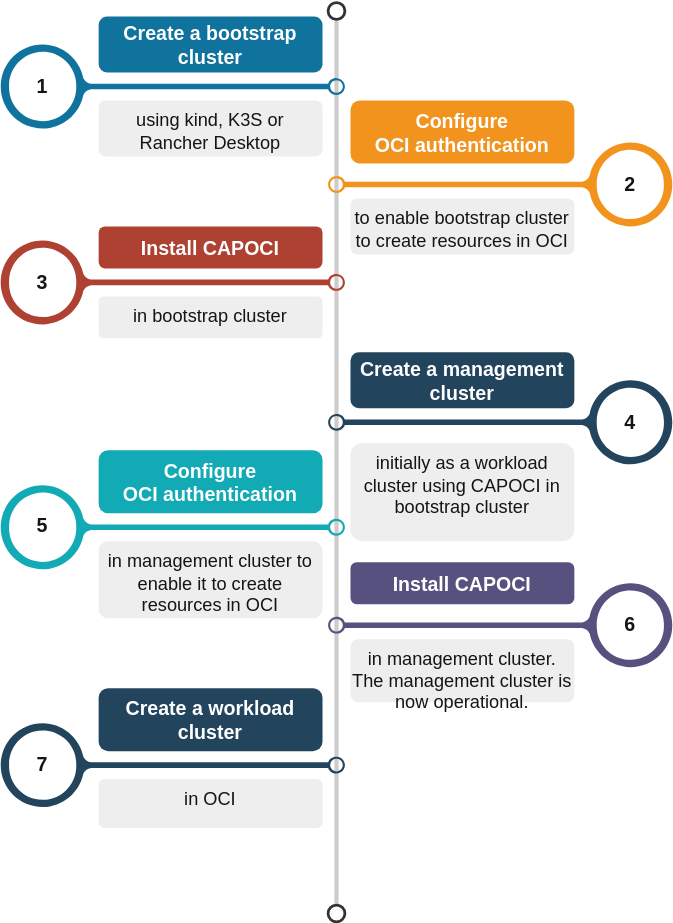
Earlier version of the draw.io export docs/src/images/bootstrap.svg (oracle/cluster-api-provider-oci). Source tidied: cells renumbered, new cells last; positions are measured from the earlier drawing's top-left corner, leaving out a move shared by most shapes.
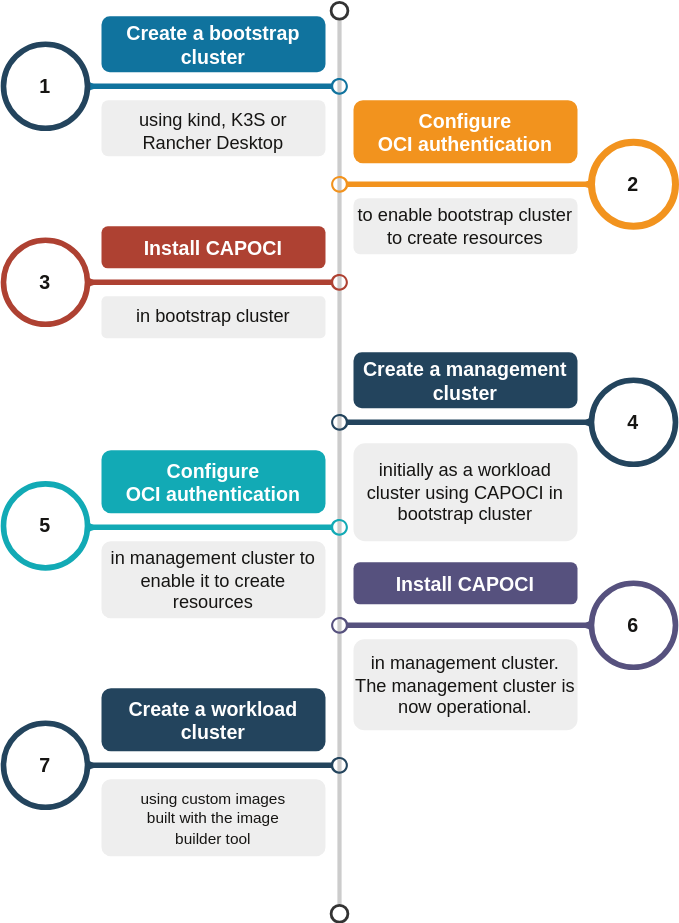
The same diagram one commit later.

Diff of the diagram source:
```diff
@@ -50,34 +50,34 @@
     <mxCell id="17" value="&lt;font style=&quot;font-size: 13px&quot;&gt;&lt;font style=&quot;font-size: 13px&quot;&gt;using kind, K3S or Rancher Desktop&lt;/font&gt;&lt;/font&gt;" style="rounded=1;strokeColor=none;fillColor=#EEEEEE;align=center;arcSize=12;verticalAlign=top;whiteSpace=wrap;html=1;fontSize=13;fontColor=#161513;" parent="1" vertex="1">
       <mxGeometry x="70" y="70" width="160" height="40" as="geometry" />
     </mxCell>
-    <mxCell id="18" value="&lt;font style=&quot;font-size: 13px&quot;&gt;to enable bootstrap cluster to create resources in OCI&lt;/font&gt;" style="rounded=1;strokeColor=none;fillColor=#EEEEEE;align=center;arcSize=12;verticalAlign=top;whiteSpace=wrap;html=1;fontSize=12;fontColor=#161513;" parent="1" vertex="1">
+    <mxCell id="18" value="&lt;font style=&quot;font-size: 13px&quot;&gt;to enable bootstrap cluster to create resources&lt;/font&gt;" style="rounded=1;strokeColor=none;fillColor=#EEEEEE;align=center;arcSize=12;verticalAlign=middle;whiteSpace=wrap;html=1;fontSize=12;fontColor=#161513;" parent="1" vertex="1">
       <mxGeometry x="250" y="140" width="160" height="40" as="geometry" />
     </mxCell>
     <mxCell id="19" value="&lt;font style=&quot;font-size: 13px&quot;&gt;in bootstrap cluster&lt;/font&gt;" style="rounded=1;strokeColor=none;fillColor=#EEEEEE;align=center;arcSize=12;verticalAlign=top;whiteSpace=wrap;html=1;fontSize=12;fontColor=#161513;" parent="1" vertex="1">
       <mxGeometry x="70" y="210" width="160" height="30" as="geometry" />
     </mxCell>
-    <mxCell id="20" value="&lt;font style=&quot;font-size: 13px&quot;&gt;initially as a workload cluster using CAPOCI in bootstrap cluster&lt;/font&gt;" style="rounded=1;strokeColor=none;fillColor=#EEEEEE;align=center;arcSize=12;verticalAlign=top;whiteSpace=wrap;html=1;fontSize=12;fontColor=#161513;" parent="1" vertex="1">
+    <mxCell id="20" value="&lt;font style=&quot;font-size: 13px&quot;&gt;initially as a workload cluster using CAPOCI in bootstrap cluster&lt;/font&gt;" style="rounded=1;strokeColor=none;fillColor=#EEEEEE;align=center;arcSize=12;verticalAlign=middle;whiteSpace=wrap;html=1;fontSize=12;fontColor=#161513;" parent="1" vertex="1">
       <mxGeometry x="250" y="315" width="160" height="70" as="geometry" />
     </mxCell>
-    <mxCell id="21" value="&lt;span style=&quot;font-size: 13px&quot;&gt;in management cluster to enable it to create resources in OCI&lt;/span&gt;" style="rounded=1;strokeColor=none;fillColor=#EEEEEE;align=center;arcSize=12;verticalAlign=top;whiteSpace=wrap;html=1;fontSize=12;fontColor=#161513;" parent="1" vertex="1">
+    <mxCell id="21" value="&lt;span style=&quot;font-size: 13px&quot;&gt;in management cluster to enable it to create resources&lt;/span&gt;" style="rounded=1;strokeColor=none;fillColor=#EEEEEE;align=center;arcSize=12;verticalAlign=middle;whiteSpace=wrap;html=1;fontSize=12;fontColor=#161513;" parent="1" vertex="1">
       <mxGeometry x="70" y="385" width="160" height="55" as="geometry" />
     </mxCell>
-    <mxCell id="22" value="&lt;span style=&quot;font-size: 13px&quot;&gt;in management cluster. The management cluster is now operational.&lt;/span&gt;" style="rounded=1;strokeColor=none;fillColor=#EEEEEE;align=center;arcSize=12;verticalAlign=top;whiteSpace=wrap;html=1;fontSize=12;fontColor=#161513;" parent="1" vertex="1">
-      <mxGeometry x="250" y="455" width="160" height="45" as="geometry" />
+    <mxCell id="22" value="&lt;span style=&quot;font-size: 13px&quot;&gt;in management cluster. The management cluster is now operational.&lt;/span&gt;" style="rounded=1;strokeColor=none;fillColor=#EEEEEE;align=center;arcSize=12;verticalAlign=middle;whiteSpace=wrap;html=1;fontSize=12;fontColor=#161513;" parent="1" vertex="1">
+      <mxGeometry x="250" y="455" width="160" height="65" as="geometry" />
     </mxCell>
-    <mxCell id="23" value="&lt;font size=&quot;1&quot;&gt;&lt;b style=&quot;font-size: 14px&quot;&gt;1&lt;/b&gt;&lt;/font&gt;" style="ellipse;whiteSpace=wrap;html=1;fontSize=13;fontColor=#161513;fillColor=none;strokeColor=none;" parent="1" vertex="1">
+    <mxCell id="23" value="&lt;font size=&quot;1&quot;&gt;&lt;b style=&quot;font-size: 14px&quot;&gt;1&lt;/b&gt;&lt;/font&gt;" style="ellipse;whiteSpace=wrap;html=1;fontSize=13;fontColor=#161513;fillColor=default;strokeColor=#23445D;verticalAlign=middle;strokeWidth=4;" parent="1" vertex="1">
       <mxGeometry y="30" width="60" height="60" as="geometry" />
     </mxCell>
-    <mxCell id="24" value="&lt;font size=&quot;1&quot;&gt;&lt;b style=&quot;font-size: 14px&quot;&gt;2&lt;/b&gt;&lt;/font&gt;" style="ellipse;whiteSpace=wrap;html=1;fontSize=13;fontColor=#161513;fillColor=none;strokeColor=none;" parent="1" vertex="1">
+    <mxCell id="24" value="&lt;font size=&quot;1&quot;&gt;&lt;b style=&quot;font-size: 14px&quot;&gt;2&lt;/b&gt;&lt;/font&gt;" style="ellipse;whiteSpace=wrap;html=1;fontSize=13;fontColor=#161513;fillColor=default;strokeColor=#F2931E;strokeWidth=5;" parent="1" vertex="1">
       <mxGeometry x="420" y="100" width="60" height="60" as="geometry" />
     </mxCell>
-    <mxCell id="25" value="&lt;font size=&quot;1&quot;&gt;&lt;b style=&quot;font-size: 14px&quot;&gt;3&lt;/b&gt;&lt;/font&gt;" style="ellipse;whiteSpace=wrap;html=1;fontSize=13;fontColor=#161513;fillColor=none;strokeColor=none;" parent="1" vertex="1">
+    <mxCell id="25" value="&lt;font size=&quot;1&quot;&gt;&lt;b style=&quot;font-size: 14px&quot;&gt;3&lt;/b&gt;&lt;/font&gt;" style="ellipse;whiteSpace=wrap;html=1;fontSize=13;fontColor=#161513;fillColor=default;strokeColor=#AE4132;strokeWidth=4;" parent="1" vertex="1">
       <mxGeometry y="170" width="60" height="60" as="geometry" />
     </mxCell>
-    <mxCell id="26" value="&lt;font size=&quot;1&quot;&gt;&lt;b style=&quot;font-size: 14px&quot;&gt;5&lt;/b&gt;&lt;/font&gt;" style="ellipse;whiteSpace=wrap;html=1;fontSize=13;fontColor=#161513;fillColor=none;strokeColor=none;" parent="1" vertex="1">
+    <mxCell id="26" value="&lt;font size=&quot;1&quot;&gt;&lt;b style=&quot;font-size: 14px&quot;&gt;5&lt;/b&gt;&lt;/font&gt;" style="ellipse;whiteSpace=wrap;html=1;fontSize=13;fontColor=#161513;fillColor=default;strokeColor=#12AAB5;strokeWidth=4;" parent="1" vertex="1">
       <mxGeometry y="344" width="60" height="60" as="geometry" />
     </mxCell>
-    <mxCell id="27" value="&lt;font size=&quot;1&quot;&gt;&lt;b style=&quot;font-size: 14px&quot;&gt;4&lt;/b&gt;&lt;/font&gt;" style="ellipse;whiteSpace=wrap;html=1;fontSize=13;fontColor=#161513;fillColor=none;strokeColor=none;" parent="1" vertex="1">
+    <mxCell id="27" value="&lt;font size=&quot;1&quot;&gt;&lt;b style=&quot;font-size: 14px&quot;&gt;4&lt;/b&gt;&lt;/font&gt;" style="ellipse;whiteSpace=wrap;html=1;fontSize=13;fontColor=#161513;fillColor=default;strokeColor=#23445D;strokeWidth=4;" parent="1" vertex="1">
       <mxGeometry x="420" y="270" width="60" height="60" as="geometry" />
     </mxCell>
     <mxCell id="28" style="verticalLabelPosition=middle;verticalAlign=middle;html=1;shape=mxgraph.infographic.circularCallout2;dy=15;strokeColor=#23445D;labelPosition=center;align=center;fontColor=#10739E;fontStyle=1;fontSize=24;shadow=0;direction=north;fillColor=none;" parent="1" vertex="1">
@@ -86,13 +86,13 @@
     <mxCell id="29" value="Create a workload &#10;cluster" style="fillColor=#23445D;strokecolor=none;rounded=1;fontColor=#FFFFFF;strokeColor=none;fontStyle=1;fontSize=14;" parent="1" vertex="1">
       <mxGeometry x="70" y="490" width="160" height="45" as="geometry" />
     </mxCell>
-    <mxCell id="30" value="&lt;span style=&quot;font-size: 13px&quot;&gt;in OCI&lt;/span&gt;" style="rounded=1;strokeColor=none;fillColor=#EEEEEE;align=center;arcSize=12;verticalAlign=top;whiteSpace=wrap;html=1;fontSize=12;fontColor=#161513;" parent="1" vertex="1">
-      <mxGeometry x="70" y="555" width="160" height="35" as="geometry" />
+    <mxCell id="30" value="&lt;span style=&quot;font-size: 11px&quot;&gt;using custom images&lt;/span&gt;&lt;br style=&quot;font-size: 11px&quot;&gt;&lt;span style=&quot;font-size: 11px&quot;&gt;built with the image&lt;/span&gt;&lt;br style=&quot;font-size: 11px&quot;&gt;&lt;span style=&quot;font-size: 11px&quot;&gt;builder tool&lt;/span&gt;" style="rounded=1;strokeColor=none;fillColor=#EEEEEE;align=center;arcSize=12;verticalAlign=middle;whiteSpace=wrap;html=1;fontSize=12;fontColor=#161513;" parent="1" vertex="1">
+      <mxGeometry x="70" y="555" width="160" height="55" as="geometry" />
     </mxCell>
-    <mxCell id="31" value="&lt;font size=&quot;1&quot;&gt;&lt;b style=&quot;font-size: 14px&quot;&gt;6&lt;/b&gt;&lt;/font&gt;" style="ellipse;whiteSpace=wrap;html=1;fontSize=13;fontColor=#161513;fillColor=none;strokeColor=none;" parent="1" vertex="1">
+    <mxCell id="31" value="&lt;font size=&quot;1&quot;&gt;&lt;b style=&quot;font-size: 14px&quot;&gt;6&lt;/b&gt;&lt;/font&gt;" style="ellipse;whiteSpace=wrap;html=1;fontSize=13;fontColor=#161513;fillColor=default;strokeColor=#56517E;strokeWidth=4;" parent="1" vertex="1">
       <mxGeometry x="420" y="415" width="60" height="60" as="geometry" />
     </mxCell>
-    <mxCell id="32" value="&lt;font size=&quot;1&quot;&gt;&lt;b style=&quot;font-size: 14px&quot;&gt;7&lt;/b&gt;&lt;/font&gt;" style="ellipse;whiteSpace=wrap;html=1;fontSize=13;fontColor=#161513;fillColor=none;strokeColor=none;" parent="1" vertex="1">
+    <mxCell id="32" value="&lt;font size=&quot;1&quot;&gt;&lt;b style=&quot;font-size: 14px&quot;&gt;7&lt;/b&gt;&lt;/font&gt;" style="ellipse;whiteSpace=wrap;html=1;fontSize=13;fontColor=#161513;fillColor=default;strokeColor=#23445D;strokeWidth=4;" parent="1" vertex="1">
       <mxGeometry y="515" width="60" height="60" as="geometry" />
     </mxCell>
   </root>
```
